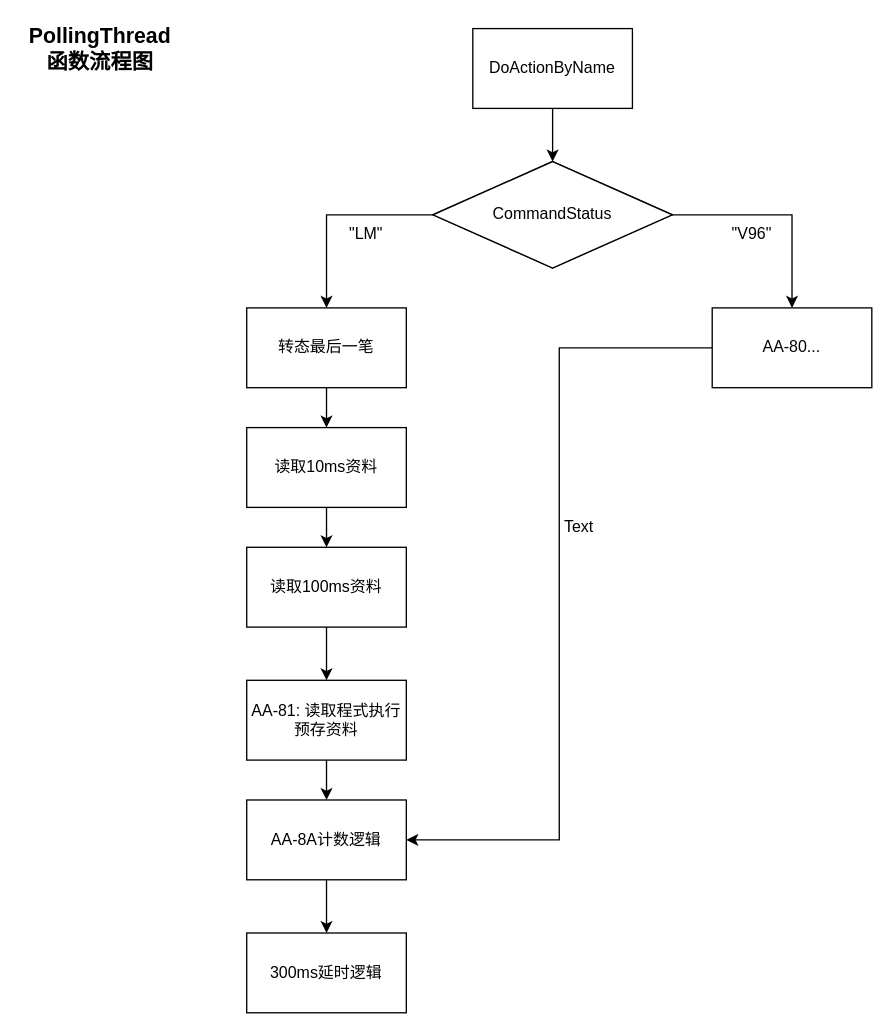
Before: page "PollingThreads()" (4 of 6) of L720.drawio in JackGeminiKu/Diagrams, a draw.io diagram. Source tidied: cells renumbered, new cells numbered last; positions are measured from the earlier drawing's top-left corner, leaving out a move shared by most shapes. Both pictures are drawn from the tidied source at 133%, with x=0, y=0 at pixel (60, 28).
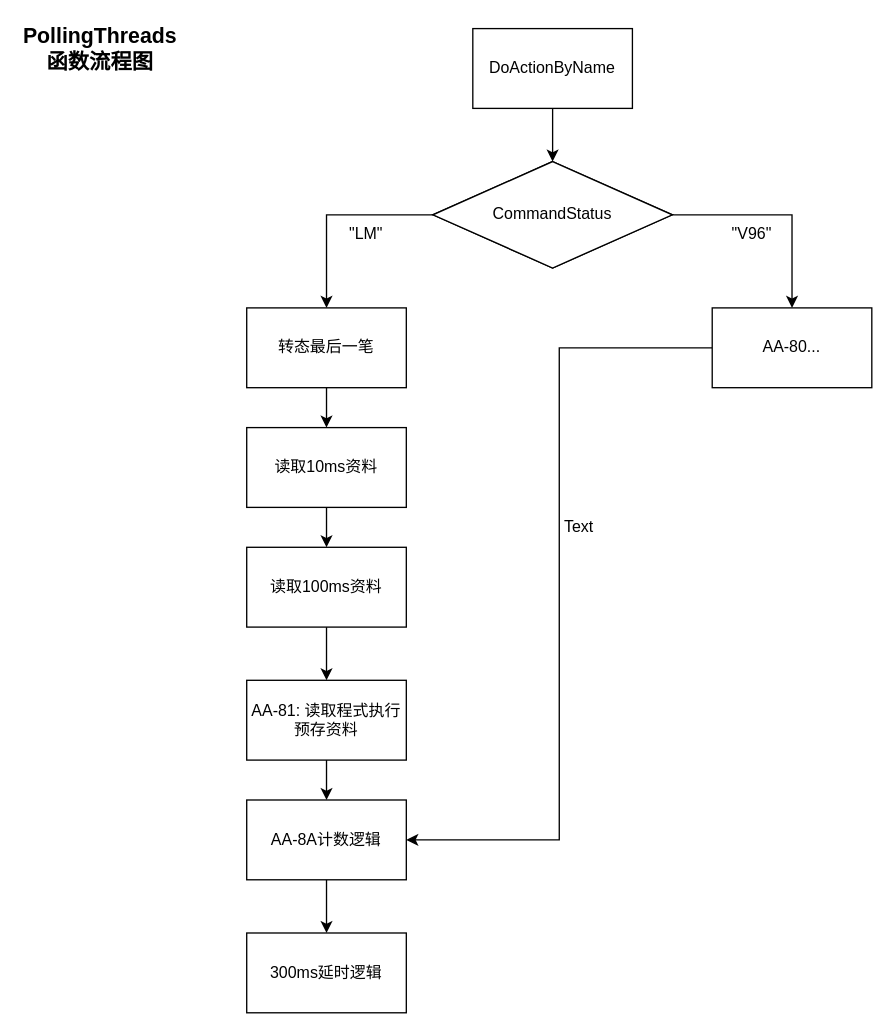
Above is the later version.

The edit, as a diff of the source:
```diff
@@
-    <mxCell id="24" value="PollingThread函数流程图" style="text;html=1;align=center;verticalAlign=middle;whiteSpace=wrap;rounded=0;fontStyle=1;fontSize=16;" parent="1" vertex="1">
+    <mxCell id="24" value="PollingThreads函数流程图" style="text;html=1;align=center;verticalAlign=middle;whiteSpace=wrap;rounded=0;fontStyle=1;fontSize=16;" parent="1" vertex="1">
       <mxGeometry width="60" height="30" as="geometry" />
     </mxCell>
```
